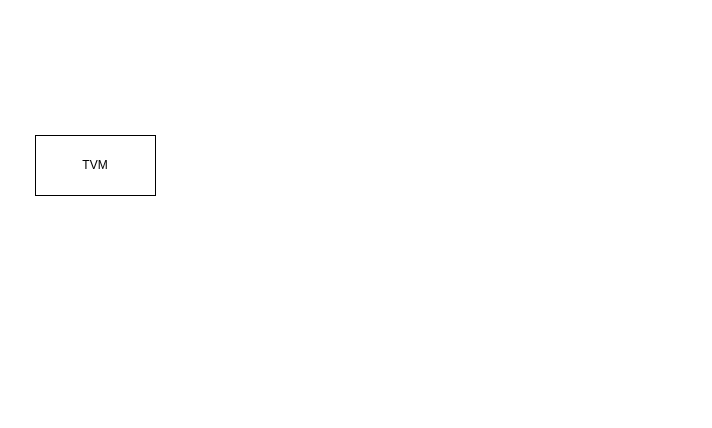
This is images/profiler.drawio from gxxxh/gxxxh.github.io, a draw.io file, before an edit. Source tidied: cells renumbered, new cells numbered last; positions are measured from the earlier drawing's top-left corner, leaving out a move shared by most shapes. Both pictures are drawn from the tidied source at 100%, with x=0, y=0 at pixel (35, 135).
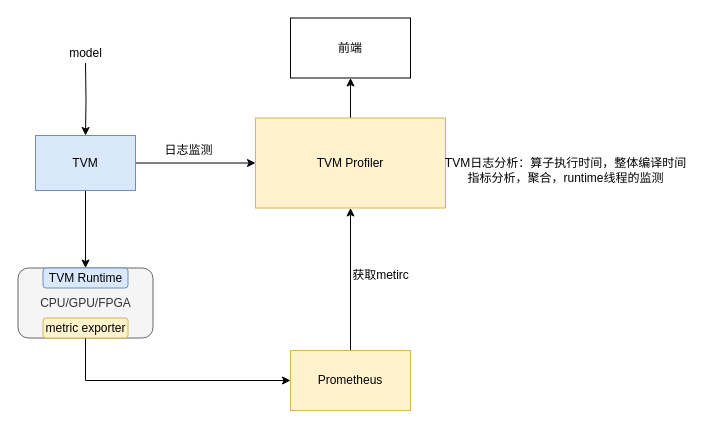
After the change.

Diff of the diagram source:
```diff
@@
+    <mxCell id="3" style="edgeStyle=orthogonalEdgeStyle;rounded=0;jettySize=auto;html=1;exitX=0.5;exitY=0;exitDx=0;exitDy=0;" parent="1" edge="1" source="4">
+      <mxGeometry relative="1" as="geometry">
+        <mxPoint x="315" y="-57.5" as="targetPoint" />
+      </mxGeometry>
+    </mxCell>
+    <mxCell id="4" value="TVM Profiler" style="rounded=0;whiteSpace=wrap;html=1;fillColor=#fff2cc;strokeColor=#d6b656;" parent="1" vertex="1">
+      <mxGeometry x="220" y="-17.5" width="190" height="90" as="geometry" />
+    </mxCell>
+    <mxCell id="5" style="edgeStyle=orthogonalEdgeStyle;rounded=0;jettySize=auto;html=1;exitX=1;exitY=0.5;exitDx=0;exitDy=0;entryX=0;entryY=0.5;entryDx=0;entryDy=0;" parent="1" edge="1" source="2" target="4">
+      <mxGeometry relative="1" as="geometry" />
+    </mxCell>
+    <mxCell id="6" style="edgeStyle=orthogonalEdgeStyle;rounded=0;jettySize=auto;html=1;exitX=0.5;exitY=1;exitDx=0;exitDy=0;entryX=0.5;entryY=0;entryDx=0;entryDy=0;" parent="1" edge="1" source="2" target="10">
+      <mxGeometry relative="1" as="geometry" />
+    </mxCell>
-    <mxCell id="2" value="TVM" style="rounded=0;whiteSpace=wrap;html=1;" parent="1" vertex="1">
-      <mxGeometry width="120" height="60" as="geometry" />
+    <mxCell id="2" value="TVM" style="rounded=0;whiteSpace=wrap;html=1;fillColor=#dae8fc;strokeColor=#6c8ebf;" parent="1" vertex="1">
+      <mxGeometry width="100" height="55" as="geometry" />
     </mxCell>
+    <mxCell id="7" style="edgeStyle=orthogonalEdgeStyle;rounded=0;jettySize=auto;html=1;exitX=0.5;exitY=1;exitDx=0;exitDy=0;" parent="1" edge="1" target="2">
+      <mxGeometry relative="1" as="geometry">
+        <mxPoint x="50" y="-72.5" as="sourcePoint" />
+      </mxGeometry>
+    </mxCell>
+    <mxCell id="8" value="model" style="text;html=1;align=center;verticalAlign=middle;strokeColor=none;fillColor=none;" parent="1" vertex="1">
+      <mxGeometry x="20" y="-97.5" width="60" height="30" as="geometry" />
+    </mxCell>
+    <mxCell id="9" value="CPU/GPU/FPGA" style="rounded=1;whiteSpace=wrap;html=1;fillColor=#f5f5f5;fontColor=#333333;strokeColor=#666666;" parent="1" vertex="1">
+      <mxGeometry x="-17.5" y="132.5" width="135" height="70" as="geometry" />
+    </mxCell>
+    <mxCell id="10" value="TVM Runtime" style="rounded=1;whiteSpace=wrap;html=1;fillColor=#dae8fc;strokeColor=#6c8ebf;" parent="1" vertex="1">
+      <mxGeometry x="7.5" y="132.5" width="85" height="20" as="geometry" />
+    </mxCell>
+    <mxCell id="11" style="edgeStyle=orthogonalEdgeStyle;rounded=0;jettySize=auto;html=1;exitX=0.5;exitY=1;exitDx=0;exitDy=0;entryX=0;entryY=0.5;entryDx=0;entryDy=0;" parent="1" edge="1" source="12" target="15">
+      <mxGeometry relative="1" as="geometry" />
+    </mxCell>
+    <mxCell id="12" value="metric exporter" style="rounded=1;whiteSpace=wrap;html=1;fillColor=#fff2cc;strokeColor=#d6b656;" parent="1" vertex="1">
+      <mxGeometry x="7.5" y="182.5" width="85" height="20" as="geometry" />
+    </mxCell>
+    <mxCell id="13" value="日志监测" style="text;html=1;align=center;verticalAlign=middle;strokeColor=none;fillColor=none;" parent="1" vertex="1">
+      <mxGeometry x="117.5" width="70" height="30" as="geometry" />
+    </mxCell>
+    <mxCell id="14" style="edgeStyle=orthogonalEdgeStyle;rounded=0;jettySize=auto;html=1;exitX=0.5;exitY=0;exitDx=0;exitDy=0;entryX=0.5;entryY=1;entryDx=0;entryDy=0;" parent="1" edge="1" source="15" target="4">
+      <mxGeometry relative="1" as="geometry" />
+    </mxCell>
+    <mxCell id="15" value="Prometheus" style="rounded=0;whiteSpace=wrap;html=1;fillColor=#fff2cc;strokeColor=#d6b656;" parent="1" vertex="1">
+      <mxGeometry x="255" y="215" width="120" height="60" as="geometry" />
+    </mxCell>
+    <mxCell id="16" value="获取metirc" style="text;html=1;align=center;verticalAlign=middle;strokeColor=none;fillColor=none;" parent="1" vertex="1">
+      <mxGeometry x="305" y="125" width="80" height="30" as="geometry" />
+    </mxCell>
+    <mxCell id="17" value="前端" style="rounded=0;whiteSpace=wrap;html=1;" parent="1" vertex="1">
+      <mxGeometry x="255" y="-117.5" width="120" height="60" as="geometry" />
+    </mxCell>
+    <mxCell id="18" value="TVM日志分析：算子执行时间，整体编译时间&lt;br&gt;指标分析，聚合，runtime线程的监测" style="text;html=1;align=center;verticalAlign=middle;strokeColor=none;fillColor=none;" parent="1" vertex="1">
+      <mxGeometry x="400" y="15" width="260" height="40" as="geometry" />
+    </mxCell>
```
